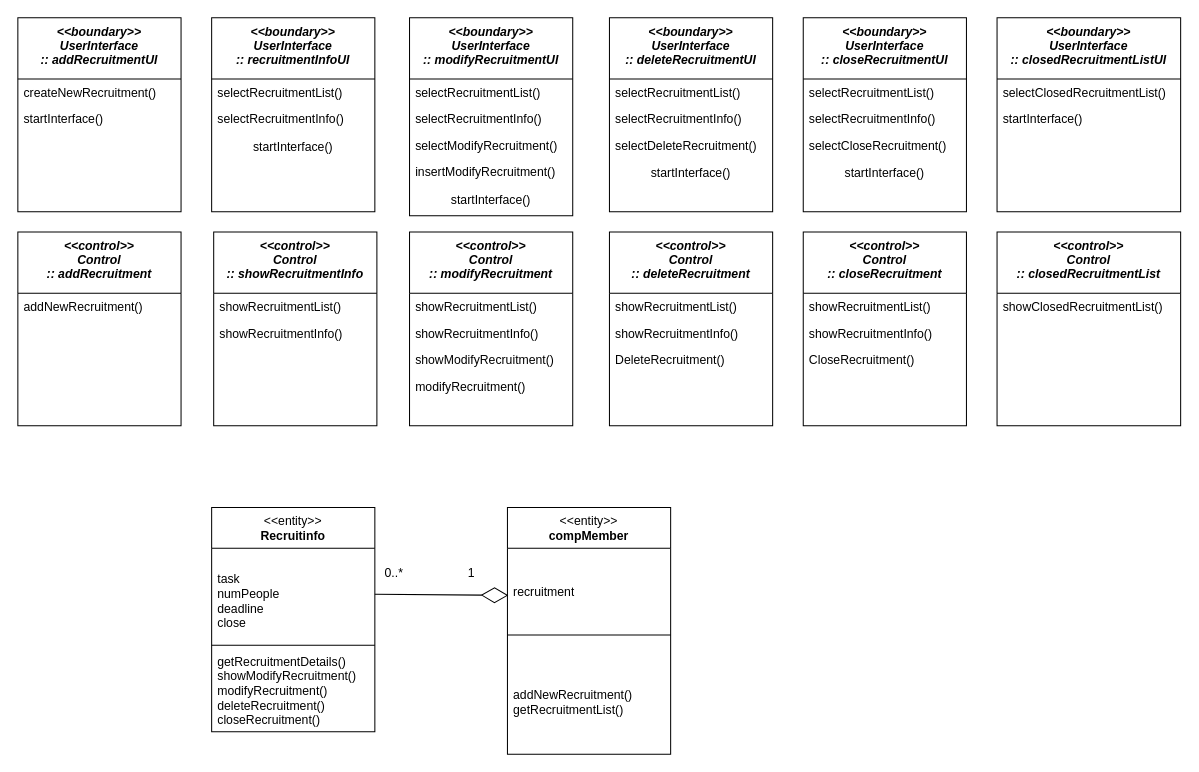
Above: analysis_class_diagram/analysis_class_diagram_최승혁.drawio in hjee02018/RecruitSystem (draw.io), before the change. Source tidied: cells renumbered, new cells numbered last; positions are measured from the earlier drawing's top-left corner, leaving out a move shared by most shapes. Both pictures are drawn from the tidied source at 102%, with x=0, y=0 at pixel (17, 17).
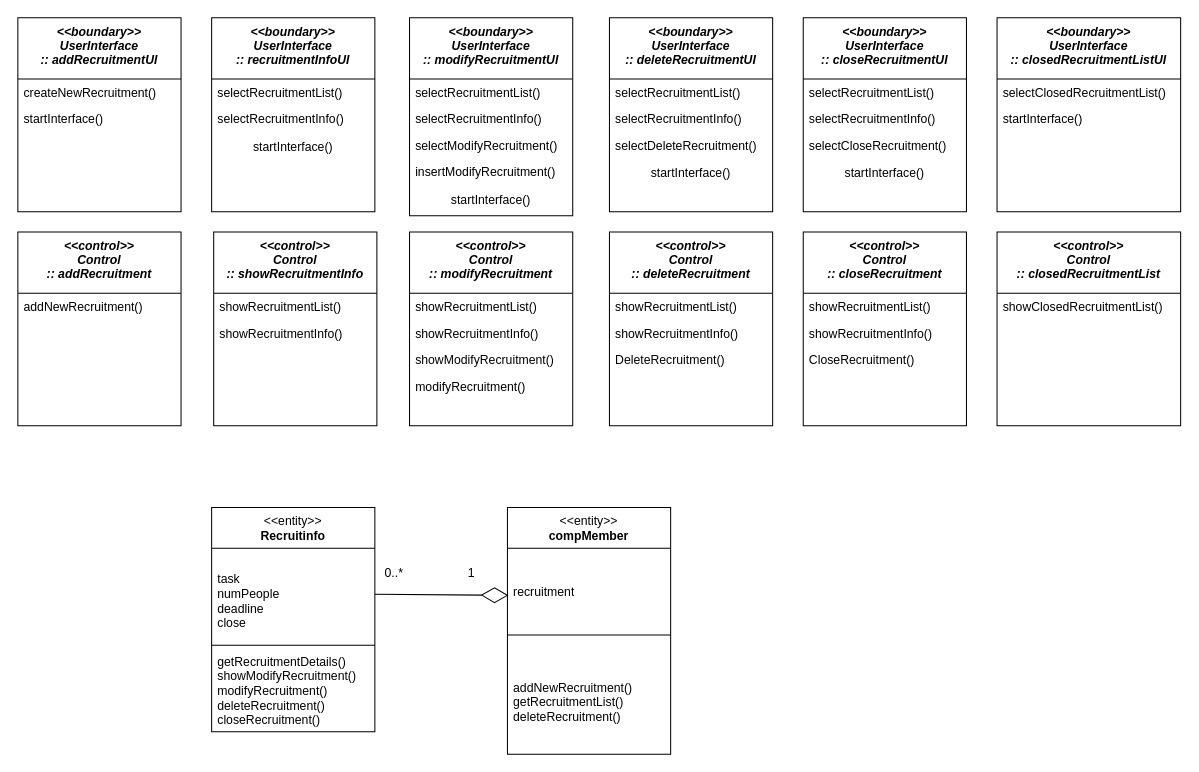
The same page after the edit.

Unchanged cells that the change refers to:
```xml
<mxCell id="52" value="&amp;lt;&amp;lt;entity&amp;gt;&amp;gt;&lt;br&gt;&lt;b&gt;compMember&lt;/b&gt;" style="swimlane;fontStyle=0;align=center;verticalAlign=top;horizontal=1;startSize=40;html=1;whiteSpace=wrap;" parent="1" vertex="1">
  <mxGeometry x="480" y="480" width="160" height="242" as="geometry" />
</mxCell>
```

The edit, as a diff of the source:
```diff
@@
-    <mxCell id="55" value="addNewRecruitment()&lt;br&gt;getRecruitmentList()" style="text;html=1;strokeColor=none;fillColor=none;align=left;verticalAlign=middle;spacingLeft=4;spacingRight=4;overflow=hidden;whiteSpace=wrap;" parent="52" vertex="1">
+    <mxCell id="55" value="addNewRecruitment()&lt;br&gt;getRecruitmentList()&lt;br&gt;deleteRecruitment()" style="text;html=1;strokeColor=none;fillColor=none;align=left;verticalAlign=middle;spacingLeft=4;spacingRight=4;overflow=hidden;whiteSpace=wrap;" parent="52" vertex="1">
       <mxGeometry y="140" width="160" height="102" as="geometry" />
     </mxCell>
```
